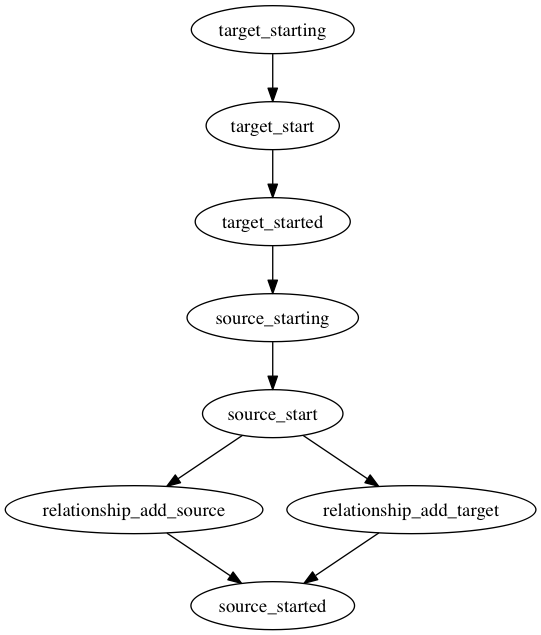
This is images/2.0.0/concepts/start_wf_rel.png from alien4cloud/alien4cloud.github.io, a Graphviz export, as it was before one commit. Its source is kept beside it as images/2.0.0/concepts/start_wf_rel.dot. Source of this version:
```dot
digraph relationship_start_workflow {
  target_starting -> target_start -> target_started -> source_starting -> source_start;
  source_start -> relationship_add_source -> source_started;
  source_start -> relationship_add_target -> source_started;
}
```
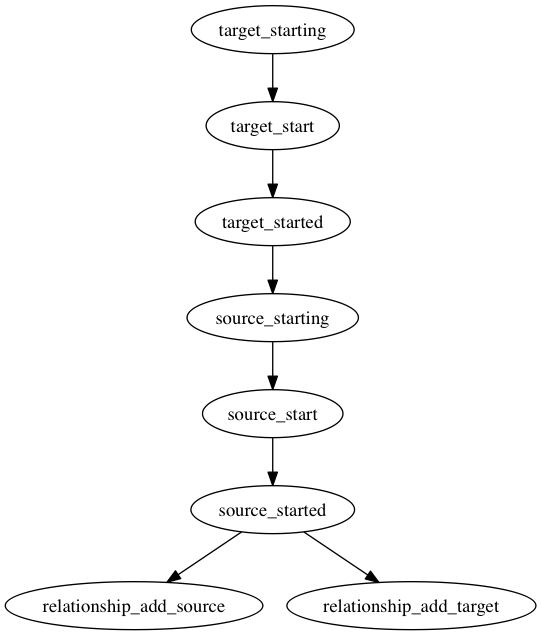
The same file after the commit.

The edit, as a diff of the source:
```diff
@@ -1,5 +1,5 @@
 digraph relationship_start_workflow {
-  target_starting -> target_start -> target_started -> source_starting -> source_start;
-  source_start -> relationship_add_source -> source_started;
-  source_start -> relationship_add_target -> source_started;
+  target_starting -> target_start -> target_started -> source_starting -> source_start -> source_started;
+  source_started -> relationship_add_source;
+  source_started -> relationship_add_target;
 }
```
